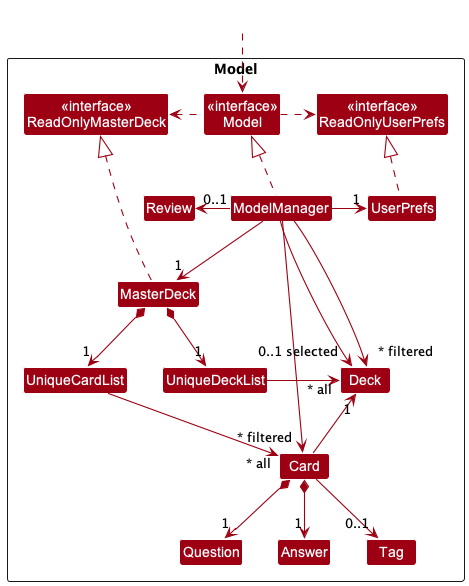
This is docs/images/ModelClassDiagram.png from nus-cs2103-AY2223S2/tp, a PlantUML export, as it was before one commit.
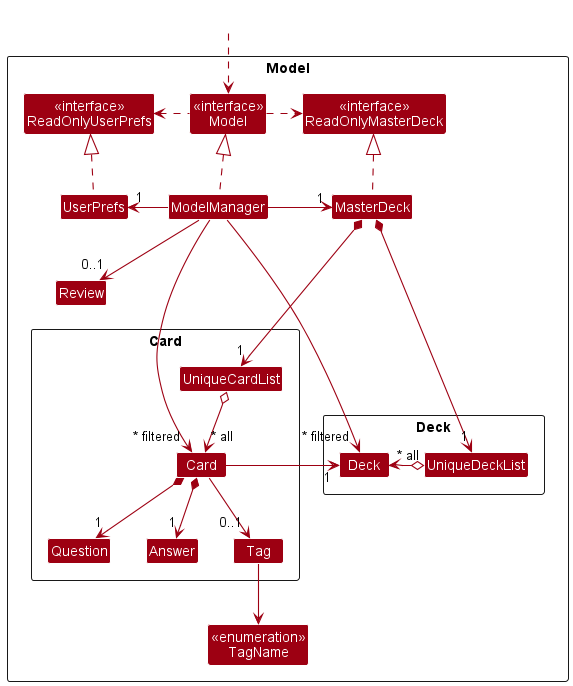
The same diagram one commit later.

Commit message:
Revamp Model Class Diagram

The edit, as a diff of the source:
```diff
@@ -1,53 +1,72 @@
 @startuml
+
 !include style.puml
 skinparam arrowThickness 1.1
 skinparam arrowColor MODEL_COLOR
 skinparam classBackgroundColor MODEL_COLOR
 
-Package Model as PackageModel <<Rectangle>>{
-Class "<<interface>>\nReadOnlyMasterDeck" as ReadOnlyMasterDeck
-Class "<<interface>>\nReadOnlyUserPrefs" as ReadOnlyUserPrefs
-Class "<<interface>>\nModel" as Model
-Class MasterDeck
-Class ModelManager
-Class UserPrefs
+Package "Model" as PackageModel <<Rectangle>> {
+    Class "<<interface>>\nModel" as Model
+    Class "<<interface>>\nReadOnlyMasterDeck" as ReadOnlyMasterDeck
+    Class "<<interface>>\nReadOnlyUserPrefs" as ReadOnlyUserPrefs
+    Class "<<enumeration>>\nTagName" as TagName
 
-Class UniqueCardList
-Class UniqueDeckList
-Class Review
-Class Card
-Class Question
-Class Answer
-Class Tag
-Class Deck
+    Class ModelManager {
+        -selectedDeck: Deck
+    }
+
+    Class MasterDeck
+    Class UserPrefs
+
+    Package "Card" as PackageCard <<Rectangle>> {
+        Class UniqueCardList
+        Class Card
+        Class Question
+        Class Answer
+        Class Tag
+    }
+
+    Package "Deck" as PackageDeck <<Rectangle>> {
+       Class UniqueDeckList
+       Class Deck
+    }
+
+    Class Review
 
 }
+
 
 Class HiddenOutside #FFFFFF
 HiddenOutside ..> Model
 
-MasterDeck .up.|> ReadOnlyMasterDeck
+Model .l.> ReadOnlyUserPrefs
+Model .r.> ReadOnlyMasterDeck
 
 ModelManager .up.|> Model
-Model .right.> ReadOnlyUserPrefs
-Model .left.> ReadOnlyMasterDeck
-ModelManager -down-> "1" MasterDeck
-ModelManager -right-> "1" UserPrefs
-ModelManager -left-> "0..1" Review
+
+MasterDeck .up.|> ReadOnlyMasterDeck
 UserPrefs .up.|> ReadOnlyUserPrefs
 
-MasterDeck *--> "1" UniqueCardList
+ModelManager -l-> "1" UserPrefs
+ModelManager -r-> "1" MasterDeck
+ModelManager -down-> "0..1" Review
+
 MasterDeck *--> "1" UniqueDeckList
-UniqueCardList --> "~* all" Card
-UniqueDeckList -right-> "~* all" Deck
+MasterDeck *---> "1" UniqueCardList
+
+UniqueCardList o--> "~* all" Card
+UniqueDeckList o-l-> "~* all" Deck
+
 Card *--> "1" Question
 Card *--> "1" Answer
 Card --> "0..1" Tag
-Card -up-> "1" Deck
+Card -r> "1" Deck
+Tag --> TagName
 
+Question -right[hidden]- Answer
+Answer -right[hidden]- Tag
 
-ModelManager --->"~* filtered" Card
-ModelManager --> "0..1 selected" Deck
+ModelManager -->"~* filtered" Card
 ModelManager -->"~* filtered" Deck
 
 @enduml
```
